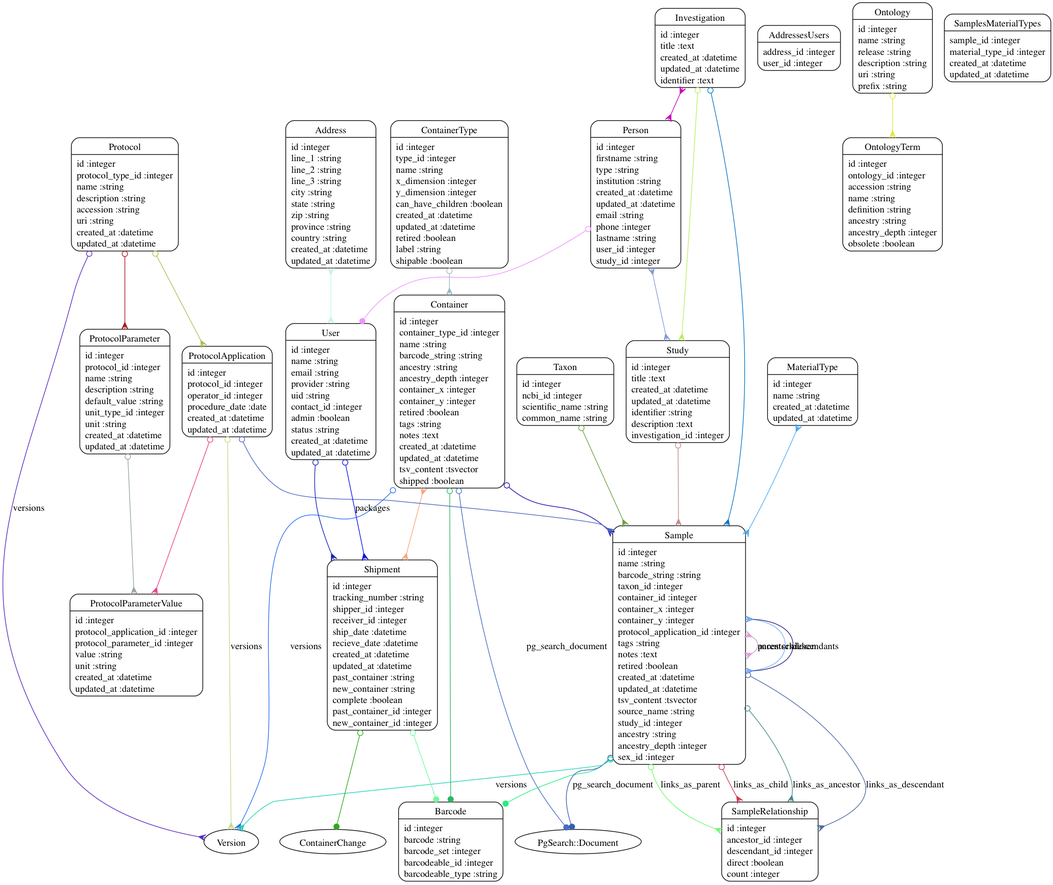
The Graphviz diagram models.png in dimitras/collos, before a commit. Its source is kept beside it as models.dot.
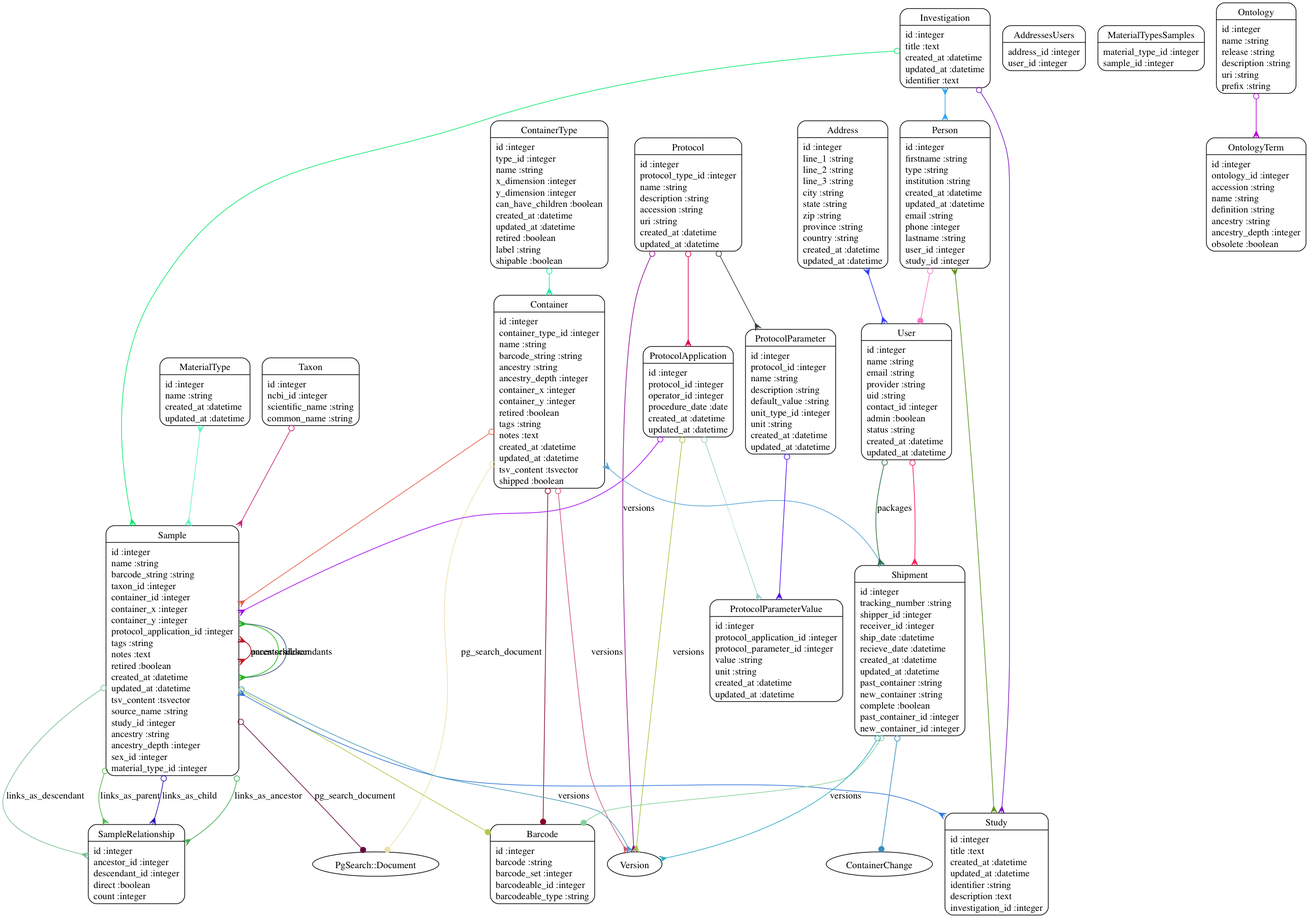
The same file after the commit.

Change to the diagram source:
```diff
@@ -7,6 +7,7 @@
 	"ContainerType" [shape=Mrecord, label="{ContainerType|id :integer\ltype_id :integer\lname :string\lx_dimension :integer\ly_dimension :integer\lcan_have_children :boolean\lcreated_at :datetime\lupdated_at :datetime\lretired :boolean\llabel :string\lshipable :boolean\l}"]
 	"Investigation" [shape=Mrecord, label="{Investigation|id :integer\ltitle :text\lcreated_at :datetime\lupdated_at :datetime\lidentifier :text\l}"]
 	"MaterialType" [shape=Mrecord, label="{MaterialType|id :integer\lname :string\lcreated_at :datetime\lupdated_at :datetime\l}"]
+	"MaterialTypesSamples" [shape=Mrecord, label="{MaterialTypesSamples|material_type_id :integer\lsample_id :integer\l}"]
 	"Ontology" [shape=Mrecord, label="{Ontology|id :integer\lname :string\lrelease :string\ldescription :string\luri :string\lprefix :string\l}"]
 	"OntologyTerm" [shape=Mrecord, label="{OntologyTerm|id :integer\lontology_id :integer\laccession :string\lname :string\ldefinition :string\lancestry :string\lancestry_depth :integer\lobsolete :boolean\l}"]
 	"Person" [shape=Mrecord, label="{Person|id :integer\lfirstname :string\ltype :string\linstitution :string\lcreated_at :datetime\lupdated_at :datetime\lemail :string\lphone :integer\llastname :string\luser_id :integer\lstudy_id :integer\l}"]
@@ -14,49 +15,49 @@
 	"ProtocolApplication" [shape=Mrecord, label="{ProtocolApplication|id :integer\lprotocol_id :integer\loperator_id :integer\lprocedure_date :date\lcreated_at :datetime\lupdated_at :datetime\l}"]
 	"ProtocolParameter" [shape=Mrecord, label="{ProtocolParameter|id :integer\lprotocol_id :integer\lname :string\ldescription :string\ldefault_value :string\lunit_type_id :integer\lunit :string\lcreated_at :datetime\lupdated_at :datetime\l}"]
 	"ProtocolParameterValue" [shape=Mrecord, label="{ProtocolParameterValue|id :integer\lprotocol_application_id :integer\lprotocol_parameter_id :integer\lvalue :string\lunit :string\lcreated_at :datetime\lupdated_at :datetime\l}"]
-	"Sample" [shape=Mrecord, label="{Sample|id :integer\lname :string\lbarcode_string :string\ltaxon_id :integer\lcontainer_id :integer\lcontainer_x :integer\lcontainer_y :integer\lprotocol_application_id :integer\ltags :string\lnotes :text\lretired :boolean\lcreated_at :datetime\lupdated_at :datetime\ltsv_content :tsvector\lsource_name :string\lstudy_id :integer\lancestry :string\lancestry_depth :integer\lsex_id :integer\l}"]
+	"Sample" [shape=Mrecord, label="{Sample|id :integer\lname :string\lbarcode_string :string\ltaxon_id :integer\lcontainer_id :integer\lcontainer_x :integer\lcontainer_y :integer\lprotocol_application_id :integer\ltags :string\lnotes :text\lretired :boolean\lcreated_at :datetime\lupdated_at :datetime\ltsv_content :tsvector\lsource_name :string\lstudy_id :integer\lancestry :string\lancestry_depth :integer\lsex_id :integer\lmaterial_type_id :integer\l}"]
 	"SampleRelationship" [shape=Mrecord, label="{SampleRelationship|id :integer\lancestor_id :integer\ldescendant_id :integer\ldirect :boolean\lcount :integer\l}"]
-	"SamplesMaterialTypes" [shape=Mrecord, label="{SamplesMaterialTypes|sample_id :integer\lmaterial_type_id :integer\lcreated_at :datetime\lupdated_at :datetime\l}"]
 	"Shipment" [shape=Mrecord, label="{Shipment|id :integer\ltracking_number :string\lshipper_id :integer\lreceiver_id :integer\lship_date :datetime\lrecieve_date :datetime\lcreated_at :datetime\lupdated_at :datetime\lpast_container :string\lnew_container :string\lcomplete :boolean\lpast_container_id :integer\lnew_container_id :integer\l}"]
 	"Study" [shape=Mrecord, label="{Study|id :integer\ltitle :text\lcreated_at :datetime\lupdated_at :datetime\lidentifier :string\ldescription :text\linvestigation_id :integer\l}"]
 	"Taxon" [shape=Mrecord, label="{Taxon|id :integer\lncbi_id :integer\lscientific_name :string\lcommon_name :string\l}"]
 	"User" [shape=Mrecord, label="{User|id :integer\lname :string\lemail :string\lprovider :string\luid :string\lcontact_id :integer\ladmin :boolean\lstatus :string\lcreated_at :datetime\lupdated_at :datetime\l}"]
-	"Address" -> "User" [arrowtail=crow, arrowhead=crow, dir=both color="#C7F6DD"]
-	"Container" -> "Sample" [arrowtail=odot, arrowhead=crow, dir=both color="#1906AC"]
-	"Container" -> "Barcode" [arrowtail=odot, arrowhead=dot, dir=both color="#2CB563"]
-	"Container" -> "Shipment" [arrowtail=crow, arrowhead=crow, dir=both color="#FBA37C"]
-	"Container" -> "Version" [label="versions", arrowtail=odot, arrowhead=crow, dir=both color="#286CF0"]
-	"Container" -> "PgSearch::Document" [label="pg_search_document", arrowtail=odot, arrowhead=dot, dir=both color="#446BC6"]
-	"ContainerType" -> "Container" [arrowtail=odot, arrowhead=crow, dir=both color="#94BCC4"]
-	"Investigation" -> "Study" [arrowtail=odot, arrowhead=crow, dir=both color="#BAEC63"]
-	"Investigation" -> "Sample" [arrowtail=odot, arrowhead=crow, dir=both color="#0975C4"]
-	"Investigation" -> "Person" [arrowtail=crow, arrowhead=crow, dir=both color="#CA01BB"]
-	"MaterialType" -> "Sample" [arrowtail=crow, arrowhead=crow, dir=both color="#4AAAF6"]
-	"Ontology" -> "OntologyTerm" [arrowtail=odot, arrowhead=crow, dir=both color="#DFE83C"]
-	"Person" -> "Study" [arrowtail=crow, arrowhead=crow, dir=both color="#869AD7"]
-	"Person" -> "User" [arrowtail=odot, arrowhead=dot, dir=both color="#EE93FE"]
-	"Protocol" -> "ProtocolApplication" [arrowtail=odot, arrowhead=crow, dir=both color="#A5C150"]
-	"Protocol" -> "ProtocolParameter" [arrowtail=odot, arrowhead=crow, dir=both color="#A51A1D"]
-	"Protocol" -> "Version" [label="versions", arrowtail=odot, arrowhead=crow, dir=both color="#5827BE"]
-	"ProtocolApplication" -> "Sample" [arrowtail=odot, arrowhead=crow, dir=both color="#4B64C2"]
-	"ProtocolApplication" -> "ProtocolParameterValue" [arrowtail=odot, arrowhead=crow, dir=both color="#E74089"]
-	"ProtocolApplication" -> "Version" [label="versions", arrowtail=odot, arrowhead=crow, dir=both color="#C7D78A"]
-	"ProtocolParameter" -> "ProtocolParameterValue" [arrowtail=odot, arrowhead=crow, dir=both color="#91A59C"]
-	"Sample" -> "Barcode" [arrowtail=odot, arrowhead=dot, dir=both color="#25ED7D"]
-	"Sample" -> "SampleRelationship" [label="links_as_ancestor", arrowtail=odot, arrowhead=crow, dir=both color="#48868A"]
-	"Sample" -> "SampleRelationship" [label="links_as_descendant", arrowtail=odot, arrowhead=crow, dir=both color="#4669A2"]
-	"Sample" -> "Sample" [label="ancestors", arrowtail=crow, arrowhead=crow, dir=both color="#86DACA"]
-	"Sample" -> "Sample" [label="descendants", arrowtail=crow, arrowhead=crow, dir=both color="#241E76"]
-	"Sample" -> "SampleRelationship" [label="links_as_parent", arrowtail=odot, arrowhead=crow, dir=both color="#6DF96C"]
-	"Sample" -> "SampleRelationship" [label="links_as_child", arrowtail=odot, arrowhead=crow, dir=both color="#C83A51"]
-	"Sample" -> "Sample" [label="parents", arrowtail=crow, arrowhead=crow, dir=both color="#E89BDA"]
-	"Sample" -> "Sample" [label="children", arrowtail=crow, arrowhead=crow, dir=both color="#7AADF9"]
-	"Sample" -> "PgSearch::Document" [label="pg_search_document", arrowtail=odot, arrowhead=dot, dir=both color="#355EB7"]
-	"Sample" -> "Version" [label="versions", arrowtail=odot, arrowhead=crow, dir=both color="#22D3B1"]
-	"Shipment" -> "Barcode" [arrowtail=odot, arrowhead=dot, dir=both color="#70FB9B"]
-	"Shipment" -> "ContainerChange" [arrowtail=odot, arrowhead=dot, dir=both color="#30A81D"]
-	"Study" -> "Sample" [arrowtail=odot, arrowhead=crow, dir=both color="#BE8C87"]
-	"Taxon" -> "Sample" [arrowtail=odot, arrowhead=crow, dir=both color="#699E40"]
-	"User" -> "Shipment" [arrowtail=odot, arrowhead=crow, dir=both color="#1220B1"]
-	"User" -> "Shipment" [label="packages", arrowtail=odot, arrowhead=crow, dir=both color="#0610E6"]
+	"Address" -> "User" [arrowtail=crow, arrowhead=crow, dir=both color="#313CF6"]
+	"Container" -> "Sample" [arrowtail=odot, arrowhead=crow, dir=both color="#E75945"]
+	"Container" -> "Barcode" [arrowtail=odot, arrowhead=dot, dir=both color="#890223"]
+	"Container" -> "Shipment" [arrowtail=crow, arrowhead=crow, dir=both color="#55A1D6"]
+	"Container" -> "PgSearch::Document" [label="pg_search_document", arrowtail=odot, arrowhead=dot, dir=both color="#EDDEAA"]
+	"Container" -> "Version" [label="versions", arrowtail=odot, arrowhead=crow, dir=both color="#CD536D"]
+	"ContainerType" -> "Container" [arrowtail=odot, arrowhead=crow, dir=both color="#0DF59D"]
+	"Investigation" -> "Study" [arrowtail=odot, arrowhead=crow, dir=both color="#7B18C1"]
+	"Investigation" -> "Sample" [arrowtail=odot, arrowhead=crow, dir=both color="#0AE96D"]
+	"Investigation" -> "Person" [arrowtail=crow, arrowhead=crow, dir=both color="#2BA7F0"]
+	"MaterialType" -> "Sample" [arrowtail=crow, arrowhead=crow, dir=both color="#5BF9BC"]
+	"Ontology" -> "OntologyTerm" [arrowtail=odot, arrowhead=crow, dir=both color="#B401D1"]
+	"Person" -> "Study" [arrowtail=crow, arrowhead=crow, dir=both color="#5E911E"]
+	"Person" -> "User" [arrowtail=odot, arrowhead=dot, dir=both color="#F778C5"]
+	"Protocol" -> "ProtocolApplication" [arrowtail=odot, arrowhead=crow, dir=both color="#DB0352"]
+	"Protocol" -> "ProtocolParameter" [arrowtail=odot, arrowhead=crow, dir=both color="#2E4039"]
+	"Protocol" -> "Version" [label="versions", arrowtail=odot, arrowhead=crow, dir=both color="#920E8D"]
+	"ProtocolApplication" -> "Sample" [arrowtail=odot, arrowhead=crow, dir=both color="#A104F3"]
+	"ProtocolApplication" -> "ProtocolParameterValue" [arrowtail=odot, arrowhead=crow, dir=both color="#97CCCD"]
+	"ProtocolApplication" -> "Version" [label="versions", arrowtail=odot, arrowhead=crow, dir=both color="#A4C543"]
+	"ProtocolParameter" -> "ProtocolParameterValue" [arrowtail=odot, arrowhead=crow, dir=both color="#5511EE"]
+	"Sample" -> "Barcode" [arrowtail=odot, arrowhead=dot, dir=both color="#B1C84C"]
+	"Sample" -> "Study" [arrowtail=crow, arrowhead=crow, dir=both color="#2D74DA"]
+	"Sample" -> "SampleRelationship" [label="links_as_ancestor", arrowtail=odot, arrowhead=crow, dir=both color="#3CAA53"]
+	"Sample" -> "SampleRelationship" [label="links_as_descendant", arrowtail=odot, arrowhead=crow, dir=both color="#7ABE8D"]
+	"Sample" -> "Sample" [label="ancestors", arrowtail=crow, arrowhead=crow, dir=both color="#555757"]
+	"Sample" -> "Sample" [label="descendants", arrowtail=crow, arrowhead=crow, dir=both color="#31516F"]
+	"Sample" -> "SampleRelationship" [label="links_as_parent", arrowtail=odot, arrowhead=crow, dir=both color="#48BB42"]
+	"Sample" -> "SampleRelationship" [label="links_as_child", arrowtail=odot, arrowhead=crow, dir=both color="#2910B3"]
+	"Sample" -> "Sample" [label="parents", arrowtail=crow, arrowhead=crow, dir=both color="#CD1320"]
+	"Sample" -> "Sample" [label="children", arrowtail=crow, arrowhead=crow, dir=both color="#1FBB14"]
+	"Sample" -> "PgSearch::Document" [label="pg_search_document", arrowtail=odot, arrowhead=dot, dir=both color="#650A43"]
+	"Sample" -> "Version" [label="versions", arrowtail=odot, arrowhead=crow, dir=both color="#4A9CB9"]
+	"Shipment" -> "Barcode" [arrowtail=odot, arrowhead=dot, dir=both color="#84D19B"]
+	"Shipment" -> "ContainerChange" [arrowtail=odot, arrowhead=dot, dir=both color="#388FBE"]
+	"Shipment" -> "Version" [label="versions", arrowtail=odot, arrowhead=crow, dir=both color="#2DABC2"]
+	"Taxon" -> "Sample" [arrowtail=odot, arrowhead=crow, dir=both color="#C52677"]
+	"User" -> "Shipment" [arrowtail=odot, arrowhead=crow, dir=both color="#F81552"]
+	"User" -> "Shipment" [label="packages", arrowtail=odot, arrowhead=crow, dir=both color="#2B6C3C"]
 }
```
